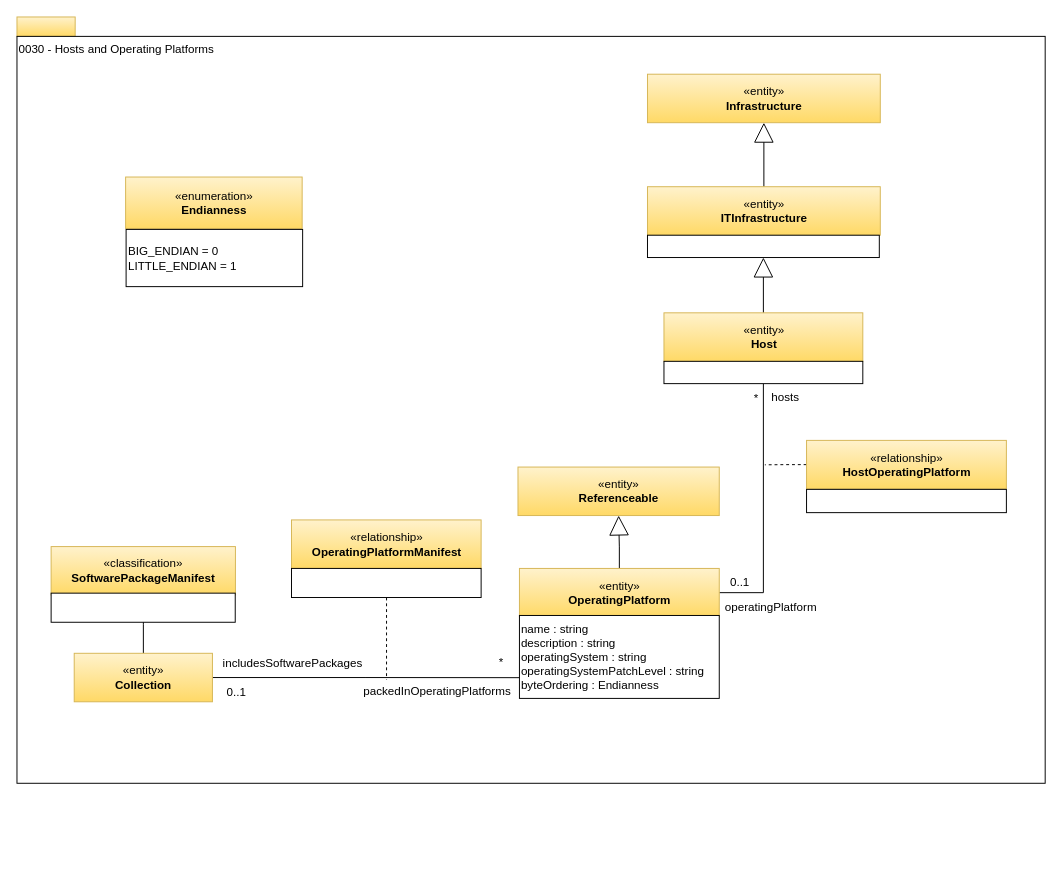
Above: page "0030-Hosts-and-Platforms" (13 of 25) of open-metadata-publication/website/open-metadata-types/area-0-basic-types-and-infrastructure.drawio in odpi/egeria (draw.io), before the change. Source tidied: cells renumbered, new cells numbered last; positions are measured from the earlier drawing's top-left corner, leaving out a move shared by most shapes. Both pictures are drawn from the tidied source at 97%, with x=0, y=0 at pixel (16, 16).
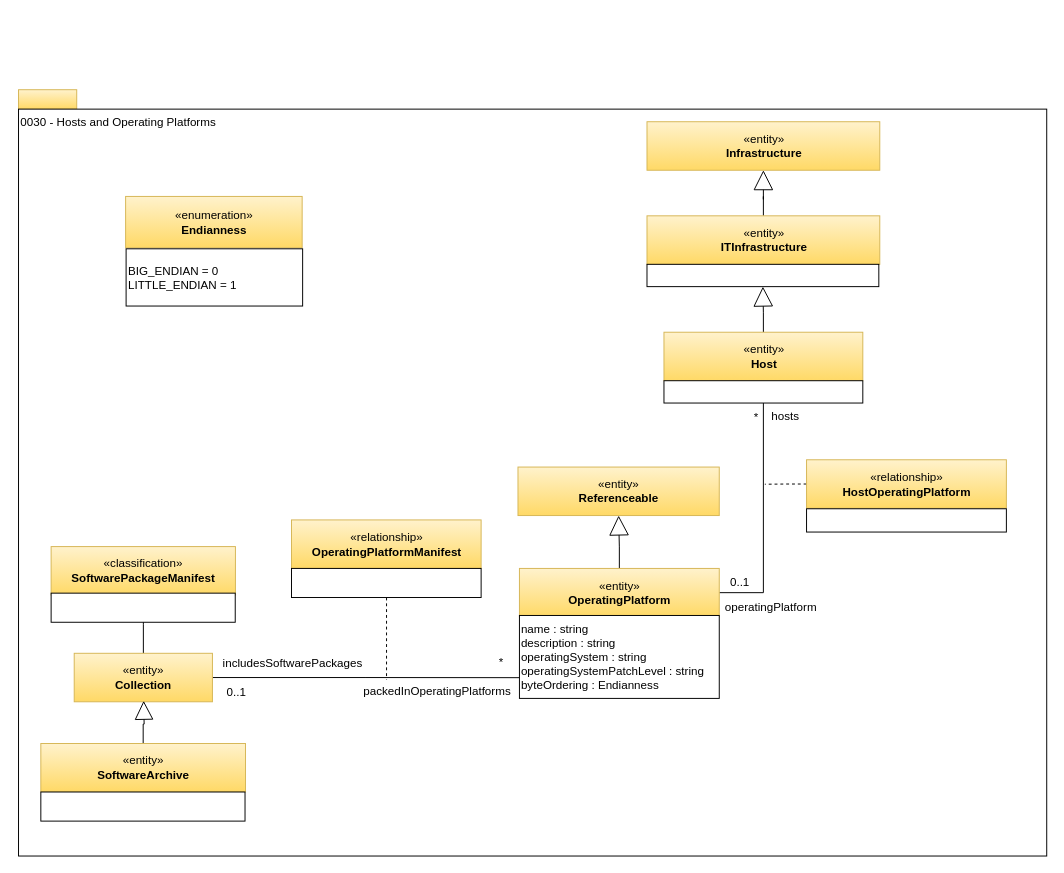
The same diagram, later.

Change to the diagram source:
```diff
@@
     <mxCell id="2" style="rounded=0;whiteSpace=wrap;html=1;align=left;fillColor=#fff2cc;strokeColor=#d6b656;gradientColor=#ffd966;" parent="1" vertex="1">
-      <mxGeometry width="60" height="20" as="geometry" />
+      <mxGeometry x="1.6" y="75" width="60" height="20" as="geometry" />
     </mxCell>
     <mxCell id="3" value="0030 - Hosts and Operating Platforms" style="rounded=0;whiteSpace=wrap;html=1;align=left;verticalAlign=top;" parent="1" vertex="1">
-      <mxGeometry y="20" width="1060" height="770" as="geometry" />
+      <mxGeometry x="1.6" y="95" width="1060" height="770" as="geometry" />
     </mxCell>
@@
     <mxCell id="6" value="«entity»&lt;br&gt;&lt;b&gt;Host&lt;/b&gt;" style="html=1;strokeColor=#d6b656;align=center;fillColor=#fff2cc;gradientColor=#ffd966;" parent="1" vertex="1">
-      <mxGeometry x="667" y="305" width="205" height="50" as="geometry" />
+      <mxGeometry x="667" y="325" width="205" height="50" as="geometry" />
     </mxCell>
@@
     <mxCell id="9" style="edgeStyle=orthogonalEdgeStyle;rounded=0;html=1;exitX=0;exitY=0.5;endArrow=none;endFill=0;jettySize=auto;dashed=1;" parent="1" edge="1" source="10">
       <mxGeometry relative="1" as="geometry">
-        <mxPoint x="771" y="461.7" as="targetPoint" />
+        <mxPoint x="771" y="481.7" as="targetPoint" />
       </mxGeometry>
     </mxCell>
     <mxCell id="10" value="«relationship»&lt;br&gt;&lt;b&gt;HostOperatingPlatform&lt;/b&gt;" style="html=1;strokeColor=#d6b656;align=center;fillColor=#fff2cc;gradientColor=#ffd966;" parent="1" vertex="1">
-      <mxGeometry x="814" y="436.5" width="206" height="50" as="geometry" />
+      <mxGeometry x="814" y="456.5" width="206" height="50" as="geometry" />
     </mxCell>
     <mxCell id="11" style="rounded=0;whiteSpace=wrap;html=1;strokeColor=#000000;gradientColor=#ffffff;align=left;" parent="1" vertex="1">
-      <mxGeometry x="814" y="487" width="206" height="24" as="geometry" />
+      <mxGeometry x="814" y="507" width="206" height="24" as="geometry" />
     </mxCell>
     <mxCell id="12" value="*" style="text;html=1;align=center;verticalAlign=top;spacingTop=-4;" parent="1" vertex="1">
-      <mxGeometry x="754.5" y="383" width="15" height="14" as="geometry" />
+      <mxGeometry x="754.5" y="403" width="15" height="14" as="geometry" />
     </mxCell>
@@
     <mxCell id="14" value="hosts" style="text;html=1;align=center;verticalAlign=top;spacingTop=-4;" parent="1" vertex="1">
-      <mxGeometry x="772" y="382" width="39" height="14" as="geometry" />
+      <mxGeometry x="772" y="402" width="39" height="14" as="geometry" />
     </mxCell>
@@
     <mxCell id="16" style="rounded=0;whiteSpace=wrap;html=1;strokeColor=#000000;gradientColor=#ffffff;align=left;" parent="1" vertex="1">
-      <mxGeometry x="667" y="355" width="205" height="23" as="geometry" />
+      <mxGeometry x="667" y="375" width="205" height="23" as="geometry" />
     </mxCell>
@@
     <mxCell id="18" value="«entity»&lt;br&gt;&lt;b&gt;ITInfrastructure&lt;/b&gt;" style="html=1;strokeColor=#d6b656;align=center;fillColor=#fff2cc;gradientColor=#ffd966;" parent="1" vertex="1">
-      <mxGeometry x="650" y="175" width="240" height="50" as="geometry" />
+      <mxGeometry x="649.5" y="205" width="240" height="50" as="geometry" />
     </mxCell>
@@
     <mxCell id="20" value="«entity»&lt;br&gt;&lt;b&gt;Infrastructure&lt;/b&gt;" style="html=1;strokeColor=#d6b656;align=center;fillColor=#fff2cc;gradientColor=#ffd966;" parent="1" vertex="1">
-      <mxGeometry x="650" y="59" width="240" height="50" as="geometry" />
+      <mxGeometry x="649.5" y="108" width="240" height="50" as="geometry" />
     </mxCell>
     <mxCell id="21" style="rounded=0;whiteSpace=wrap;html=1;strokeColor=#000000;gradientColor=#ffffff;align=left;" parent="1" vertex="1">
-      <mxGeometry x="650" y="225" width="239" height="23" as="geometry" />
+      <mxGeometry x="649.5" y="255" width="239" height="23" as="geometry" />
     </mxCell>
@@
     <mxCell id="23" value="«enumeration»&lt;br&gt;&lt;b&gt;Endianness&lt;/b&gt;" style="html=1;strokeColor=#d6b656;align=center;fillColor=#fff2cc;gradientColor=#ffd966;" parent="1" vertex="1">
-      <mxGeometry x="112" y="165" width="182" height="53" as="geometry" />
+      <mxGeometry x="112" y="185" width="182" height="53" as="geometry" />
     </mxCell>
     <mxCell id="24" value="BIG_ENDIAN = 0&lt;br&gt;LITTLE_ENDIAN = 1&lt;br&gt;" style="rounded=0;whiteSpace=wrap;html=1;strokeColor=#000000;gradientColor=#ffffff;align=left;" parent="1" vertex="1">
-      <mxGeometry x="112.5" y="219" width="182" height="59" as="geometry" />
+      <mxGeometry x="112.5" y="239" width="182" height="59" as="geometry" />
     </mxCell>
@@
+    <mxCell id="37" style="edgeStyle=orthogonalEdgeStyle;rounded=0;jettySize=auto;html=1;endArrow=block;endFill=0;endSize=17;" parent="1" edge="1" source="38">
+      <mxGeometry relative="1" as="geometry">
+        <mxPoint x="130.6" y="705" as="targetPoint" />
+      </mxGeometry>
+    </mxCell>
+    <mxCell id="38" value="«entity»&lt;br&gt;&lt;b&gt;SoftwareArchive&lt;/b&gt;" style="html=1;strokeColor=#d6b656;align=center;fillColor=#fff2cc;gradientColor=#ffd966;" parent="1" vertex="1">
+      <mxGeometry x="24.6" y="749" width="211" height="50" as="geometry" />
+    </mxCell>
+    <mxCell id="39" style="rounded=0;whiteSpace=wrap;html=1;strokeColor=#000000;gradientColor=#ffffff;align=left;" parent="1" vertex="1">
+      <mxGeometry x="24.6" y="799" width="210.5" height="30" as="geometry" />
+    </mxCell>
```
